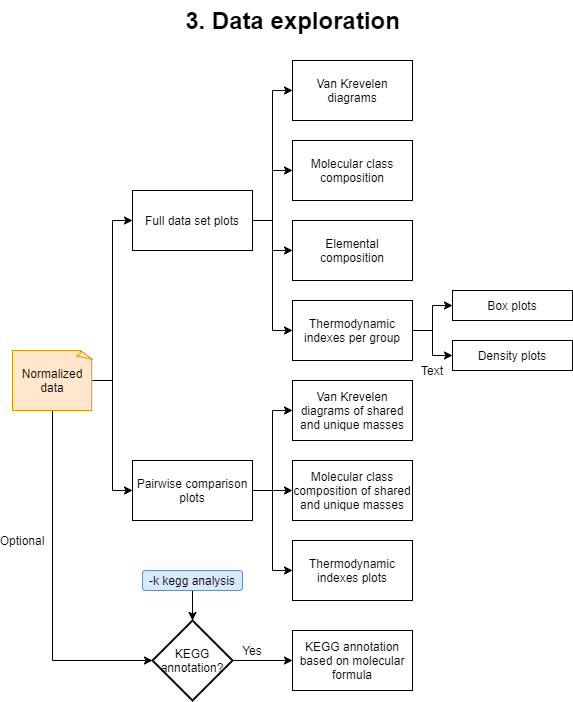
Above: docs/3_exploration.png in Coayala/MetaboDirect (draw.io), before the change. Source tidied: cells renumbered, new cells last; positions are measured from the earlier drawing's top-left corner, leaving out a move shared by most shapes.
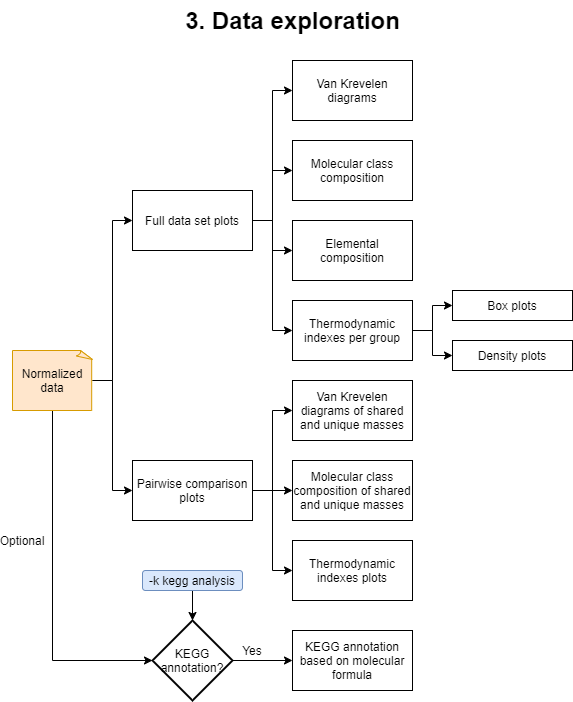
The same diagram one commit later.

What changed in the source:
```diff
@@ -90,9 +90,6 @@
     <mxCell id="29" value="KEGG annotation based on molecular formula" style="rounded=0;whiteSpace=wrap;html=1;" parent="1" vertex="1">
       <mxGeometry x="290" y="630" width="120" height="60" as="geometry" />
     </mxCell>
-    <mxCell id="30" value="Text" style="text;html=1;strokeColor=none;fillColor=none;align=center;verticalAlign=middle;whiteSpace=wrap;rounded=0;" parent="1" vertex="1">
-      <mxGeometry x="410" y="360" width="40" height="20" as="geometry" />
-    </mxCell>
     <mxCell id="31" value="Optional" style="text;html=1;strokeColor=none;fillColor=none;align=center;verticalAlign=middle;whiteSpace=wrap;rounded=0;" parent="1" vertex="1">
       <mxGeometry y="530" width="40" height="20" as="geometry" />
     </mxCell>
```
